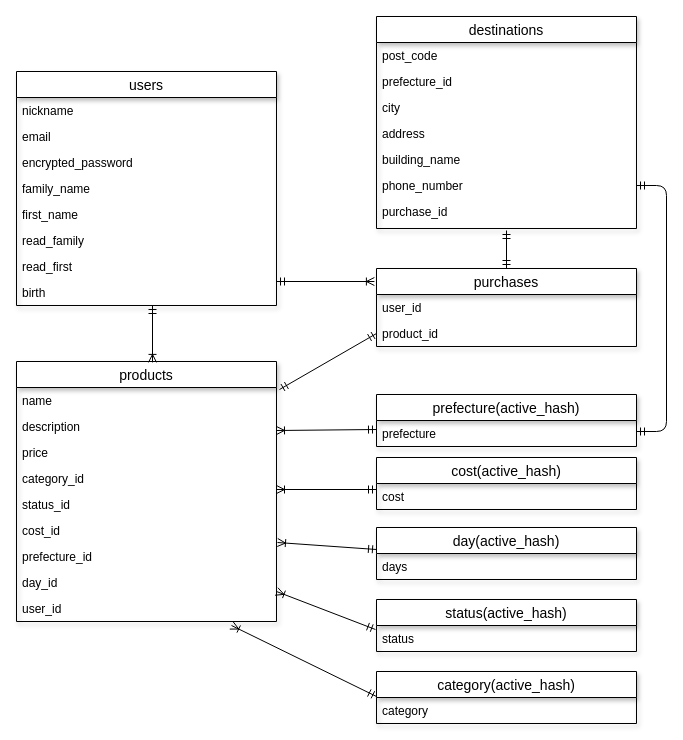
mt1107056/furima-34768 keeps this draw.io diagram as test.dio. Above is the earlier version. Source tidied: cells renumbered, new cells numbered last; positions are measured from the earlier drawing's top-left corner, leaving out a move shared by most shapes. Both pictures are drawn from the tidied source at 100%, with x=0, y=0 at pixel (16, 16).
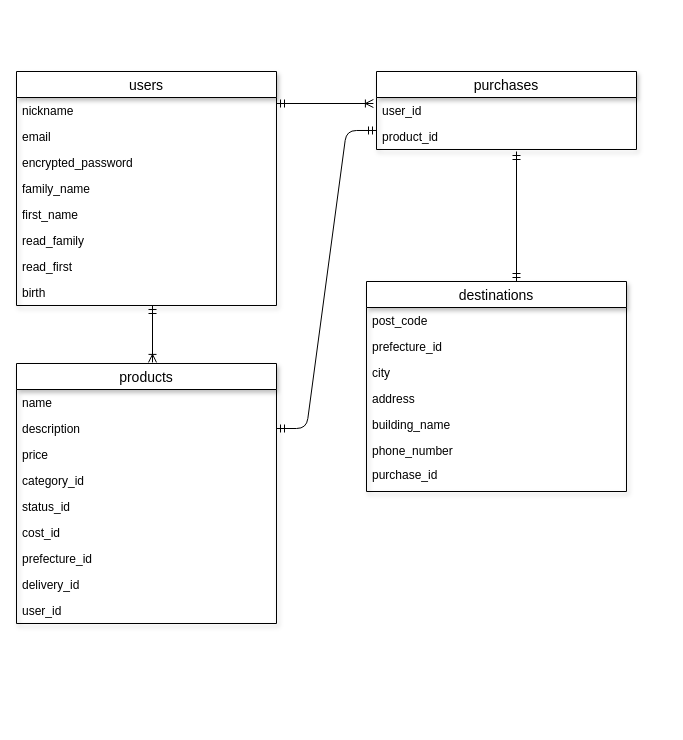
The same page after the edit.

Commit message (it also covers changes not shown here):
テーブル設計（修正⑤）

Unchanged cells that the change refers to:
```xml
<mxCell id="13" value="description" style="text;strokeColor=none;fillColor=none;spacingLeft=4;spacingRight=4;overflow=hidden;points=[[0,0.5],[1,0.5]];portConstraint=eastwest;fontSize=12;" parent="11" vertex="1">
  <mxGeometry y="52" width="260" height="26" as="geometry" />
</mxCell>
<mxCell id="21" value="user_id" style="text;strokeColor=none;fillColor=none;spacingLeft=4;spacingRight=4;overflow=hidden;points=[[0,0.5],[1,0.5]];portConstraint=eastwest;fontSize=12;" parent="11" vertex="1">
  <mxGeometry y="234" width="260" height="26" as="geometry" />
</mxCell>
<mxCell id="32" value="product_id" style="text;strokeColor=none;fillColor=none;spacingLeft=4;spacingRight=4;overflow=hidden;points=[[0,0.5],[1,0.5]];portConstraint=eastwest;fontSize=12;" parent="30" vertex="1">
  <mxGeometry y="52" width="260" height="26" as="geometry" />
</mxCell>
```

Diff of the diagram source:
```diff
@@
     <mxCell id="11" value="products" style="swimlane;fontStyle=0;horizontal=1;startSize=26;align=center;fontSize=14;shadow=1;" parent="1" vertex="1">
-      <mxGeometry y="345" width="260" height="260" as="geometry" />
+      <mxGeometry y="347" width="260" height="260" as="geometry" />
     </mxCell>
@@
-    <mxCell id="19" value="day_id" style="text;strokeColor=none;fillColor=none;spacingLeft=4;spacingRight=4;overflow=hidden;fontSize=12;" parent="11" vertex="1">
+    <mxCell id="19" value="delivery_id" style="text;strokeColor=none;fillColor=none;spacingLeft=4;spacingRight=4;overflow=hidden;fontSize=12;" parent="11" vertex="1">
       <mxGeometry y="208" width="260" height="26" as="geometry" />
     </mxCell>
-    <mxCell id="20" style="endArrow=ERmandOne;html=1;rounded=0;startArrow=ERoneToMany;startFill=0;entryX=-0.004;entryY=0.154;entryDx=0;entryDy=0;entryPerimeter=0;exitX=0.892;exitY=1.192;exitDx=0;exitDy=0;exitPerimeter=0;endFill=0;" parent="11" edge="1" target="38">
-      <mxGeometry relative="1" as="geometry">
-        <mxPoint x="260" y="230" as="sourcePoint" />
-      </mxGeometry>
-    </mxCell>
@@
     <mxCell id="22" value="destinations" style="swimlane;fontStyle=0;horizontal=1;startSize=26;align=center;fontSize=14;shadow=1;" parent="1" vertex="1">
-      <mxGeometry x="360" width="260" height="212" as="geometry" />
+      <mxGeometry x="350" y="265" width="260" height="210" as="geometry" />
     </mxCell>
@@
     <mxCell id="28" value="phone_number" style="text;strokeColor=none;fillColor=none;spacingLeft=4;spacingRight=4;overflow=hidden;points=[[0,0.5],[1,0.5]];portConstraint=eastwest;fontSize=12;" parent="22" vertex="1">
-      <mxGeometry y="156" width="260" height="26" as="geometry" />
+      <mxGeometry y="156" width="260" height="24" as="geometry" />
     </mxCell>
     <mxCell id="29" value="purchase_id" style="text;strokeColor=none;fillColor=none;spacingLeft=4;spacingRight=4;overflow=hidden;fontSize=12;" parent="22" vertex="1">
-      <mxGeometry y="182" width="260" height="30" as="geometry" />
+      <mxGeometry y="180" width="260" height="30" as="geometry" />
     </mxCell>
     <mxCell id="30" value="purchases" style="swimlane;fontStyle=0;horizontal=1;startSize=26;align=center;fontSize=14;shadow=1;" parent="1" vertex="1">
-      <mxGeometry x="360" y="252" width="260" height="78" as="geometry" />
+      <mxGeometry x="360" y="55" width="260" height="78" as="geometry" />
     </mxCell>
@@
-    <mxCell id="33" value="category(active_hash)" style="swimlane;fontStyle=0;horizontal=1;startSize=26;align=center;fontSize=14;shadow=1;" parent="1" vertex="1">
-      <mxGeometry x="360" y="655" width="260" height="52" as="geometry" />
-    </mxCell>
-    <mxCell id="34" value="category" style="text;strokeColor=none;fillColor=none;spacingLeft=4;spacingRight=4;overflow=hidden;points=[[0,0.5],[1,0.5]];portConstraint=eastwest;fontSize=12;" parent="33" vertex="1">
-      <mxGeometry y="26" width="260" height="26" as="geometry" />
-    </mxCell>
-    <mxCell id="35" value="prefecture(active_hash)" style="swimlane;fontStyle=0;horizontal=1;startSize=26;align=center;fontSize=14;shadow=1;" parent="1" vertex="1">
-      <mxGeometry x="360" y="378" width="260" height="52" as="geometry" />
-    </mxCell>
-    <mxCell id="36" value="prefecture" style="text;strokeColor=none;fillColor=none;spacingLeft=4;spacingRight=4;overflow=hidden;fontSize=12;" parent="35" vertex="1">
-      <mxGeometry y="26" width="260" height="26" as="geometry" />
-    </mxCell>
-    <mxCell id="37" value="status(active_hash)" style="swimlane;fontStyle=0;horizontal=1;startSize=26;align=center;fontSize=14;shadow=1;" parent="1" vertex="1">
-      <mxGeometry x="360" y="583" width="260" height="52" as="geometry" />
-    </mxCell>
-    <mxCell id="38" value="status" style="text;strokeColor=none;fillColor=none;spacingLeft=4;spacingRight=4;overflow=hidden;points=[[0,0.5],[1,0.5]];portConstraint=eastwest;fontSize=12;" parent="37" vertex="1">
-      <mxGeometry y="26" width="260" height="26" as="geometry" />
-    </mxCell>
-    <mxCell id="39" value="day(active_hash)" style="swimlane;fontStyle=0;horizontal=1;startSize=26;align=center;fontSize=14;shadow=1;" parent="1" vertex="1">
-      <mxGeometry x="360" y="511" width="260" height="52" as="geometry" />
-    </mxCell>
-    <mxCell id="40" value="days" style="text;strokeColor=none;fillColor=none;spacingLeft=4;spacingRight=4;overflow=hidden;fontSize=12;" parent="39" vertex="1">
-      <mxGeometry y="26" width="260" height="26" as="geometry" />
-    </mxCell>
-    <mxCell id="41" value="cost(active_hash)" style="swimlane;fontStyle=0;horizontal=1;startSize=26;align=center;fontSize=14;shadow=1;" parent="1" vertex="1">
-      <mxGeometry x="360" y="441" width="260" height="52" as="geometry" />
-    </mxCell>
-    <mxCell id="42" value="cost" style="text;strokeColor=none;fillColor=none;spacingLeft=4;spacingRight=4;overflow=hidden;fontSize=12;" parent="41" vertex="1">
-      <mxGeometry y="26" width="260" height="26" as="geometry" />
-    </mxCell>
@@
-    <mxCell id="44" style="endArrow=ERmandOne;html=1;rounded=0;startArrow=ERoneToMany;startFill=0;entryX=0.004;entryY=0.231;entryDx=0;entryDy=0;entryPerimeter=0;endFill=0;" parent="1" edge="1">
-      <mxGeometry relative="1" as="geometry">
-        <mxPoint x="260" y="473" as="sourcePoint" />
-        <mxPoint x="360" y="473" as="targetPoint" />
-      </mxGeometry>
-    </mxCell>
-    <mxCell id="45" style="endArrow=ERmandOne;html=1;rounded=0;startArrow=ERoneToMany;startFill=0;entryX=0.004;entryY=0.231;entryDx=0;entryDy=0;entryPerimeter=0;endFill=0;" parent="1" edge="1">
-      <mxGeometry relative="1" as="geometry">
-        <mxPoint x="261" y="526" as="sourcePoint" />
-        <mxPoint x="360" y="533" as="targetPoint" />
-      </mxGeometry>
-    </mxCell>
-    <mxCell id="46" style="endArrow=ERmandOne;html=1;rounded=0;startArrow=ERoneToMany;startFill=0;entryX=0;entryY=-0.038;entryDx=0;entryDy=0;entryPerimeter=0;endFill=0;exitX=0.827;exitY=1.154;exitDx=0;exitDy=0;exitPerimeter=0;" parent="1" edge="1" source="21" target="34">
-      <mxGeometry relative="1" as="geometry" />
-    </mxCell>
-    <mxCell id="47" style="endArrow=ERmandOne;html=1;rounded=0;startArrow=ERoneToMany;startFill=0;entryX=1.008;entryY=0.269;entryDx=0;entryDy=0;entryPerimeter=0;endFill=0;" parent="1" edge="1">
+    <mxCell id="47" style="endArrow=ERmandOne;html=1;rounded=0;startArrow=ERoneToMany;startFill=0;entryX=1.008;entryY=0.269;entryDx=0;entryDy=0;entryPerimeter=0;endFill=0;exitX=-0.012;exitY=0.923;exitDx=0;exitDy=0;exitPerimeter=0;" parent="1" edge="1">
       <mxGeometry relative="1" as="geometry">
-        <mxPoint x="357.9" y="265" as="sourcePoint" />
-        <mxPoint x="260" y="265" as="targetPoint" />
+        <mxPoint x="356.9" y="87" as="sourcePoint" />
+        <mxPoint x="260" y="87" as="targetPoint" />
       </mxGeometry>
     </mxCell>
-    <mxCell id="48" style="endArrow=ERmandOne;html=1;rounded=0;startArrow=ERoneToMany;startFill=0;entryX=0.004;entryY=0.231;entryDx=0;entryDy=0;entryPerimeter=0;endFill=0;exitX=1;exitY=0.5;exitDx=0;exitDy=0;" parent="1" edge="1">
-      <mxGeometry relative="1" as="geometry">
-        <mxPoint x="260" y="414" as="sourcePoint" />
-        <mxPoint x="360" y="413" as="targetPoint" />
-      </mxGeometry>
-    </mxCell>
     <mxCell id="49" style="endArrow=ERmandOne;html=1;rounded=0;startArrow=ERmandOne;startFill=0;endFill=0;" parent="1" edge="1">
       <mxGeometry relative="1" as="geometry">
-        <mxPoint x="490" y="214" as="sourcePoint" />
-        <mxPoint x="490" y="252" as="targetPoint" />
+        <mxPoint x="500" y="265" as="sourcePoint" />
+        <mxPoint x="500" y="135" as="targetPoint" />
       </mxGeometry>
     </mxCell>
-    <mxCell id="50" style="edgeStyle=entityRelationEdgeStyle;fontSize=12;html=1;endArrow=ERmandOne;startArrow=ERmandOne;entryX=1;entryY=0.5;entryDx=0;entryDy=0;" parent="1" edge="1" target="28">
-      <mxGeometry relative="1" as="geometry">
-        <mxPoint x="620" y="415" as="sourcePoint" />
-      </mxGeometry>
-    </mxCell>
-    <mxCell id="51" style="endArrow=ERmandOne;html=1;rounded=0;startArrow=ERmandOne;startFill=0;endFill=0;entryX=0;entryY=0.5;entryDx=0;entryDy=0;" parent="1" edge="1" target="32">
-      <mxGeometry relative="1" as="geometry">
-        <mxPoint x="263" y="373" as="sourcePoint" />
-      </mxGeometry>
-    </mxCell>
+    <mxCell id="52" style="edgeStyle=entityRelationEdgeStyle;fontSize=12;html=1;endArrow=ERmandOne;startArrow=ERmandOne;entryX=0;entryY=0.269;entryDx=0;entryDy=0;entryPerimeter=0;exitX=1;exitY=0.5;exitDx=0;exitDy=0;" parent="1" edge="1" source="13" target="32">
+      <mxGeometry relative="1" as="geometry" />
+    </mxCell>
```
